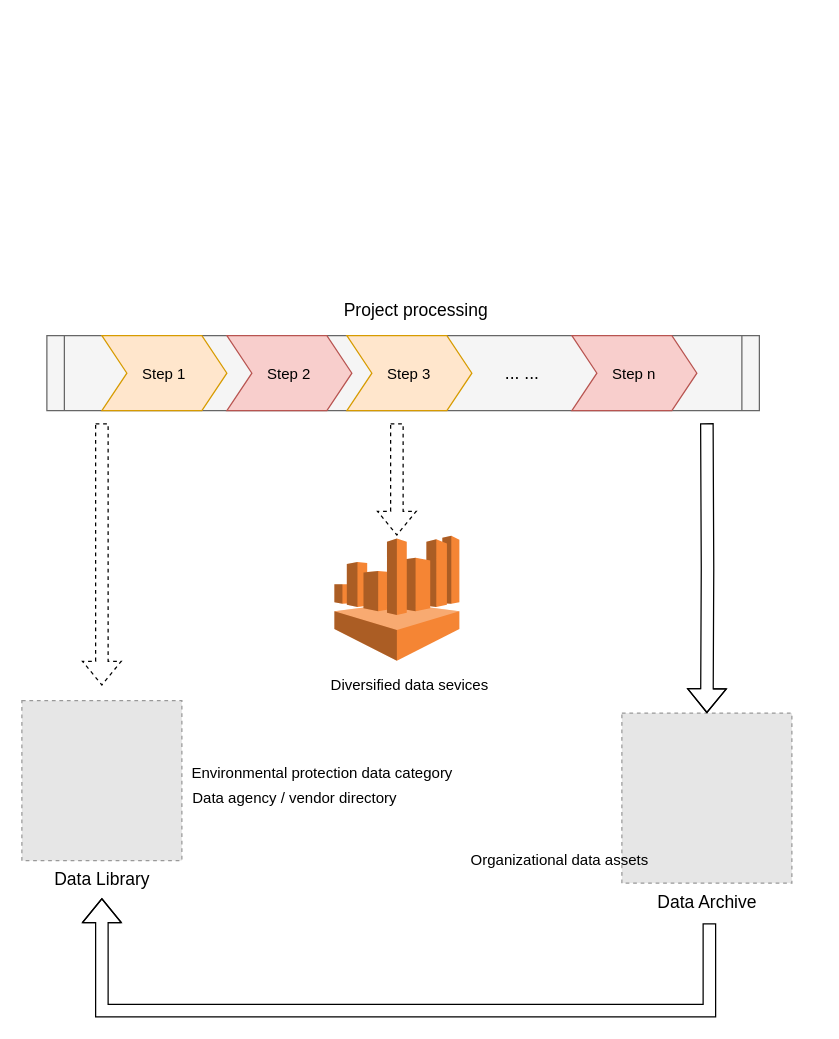
The draw.io diagram data life cycle track.drawio in ruibei/greenpeace_datahub, before the edit. Source tidied: cells renumbered, new cells numbered last; positions are measured from the earlier drawing's top-left corner, leaving out a move shared by most shapes. Both pictures are drawn from the tidied source at 125%, with x=0, y=0 at pixel (21, 298). Pictures stored in the file or linked from it are replaced by grey dashed boxes.
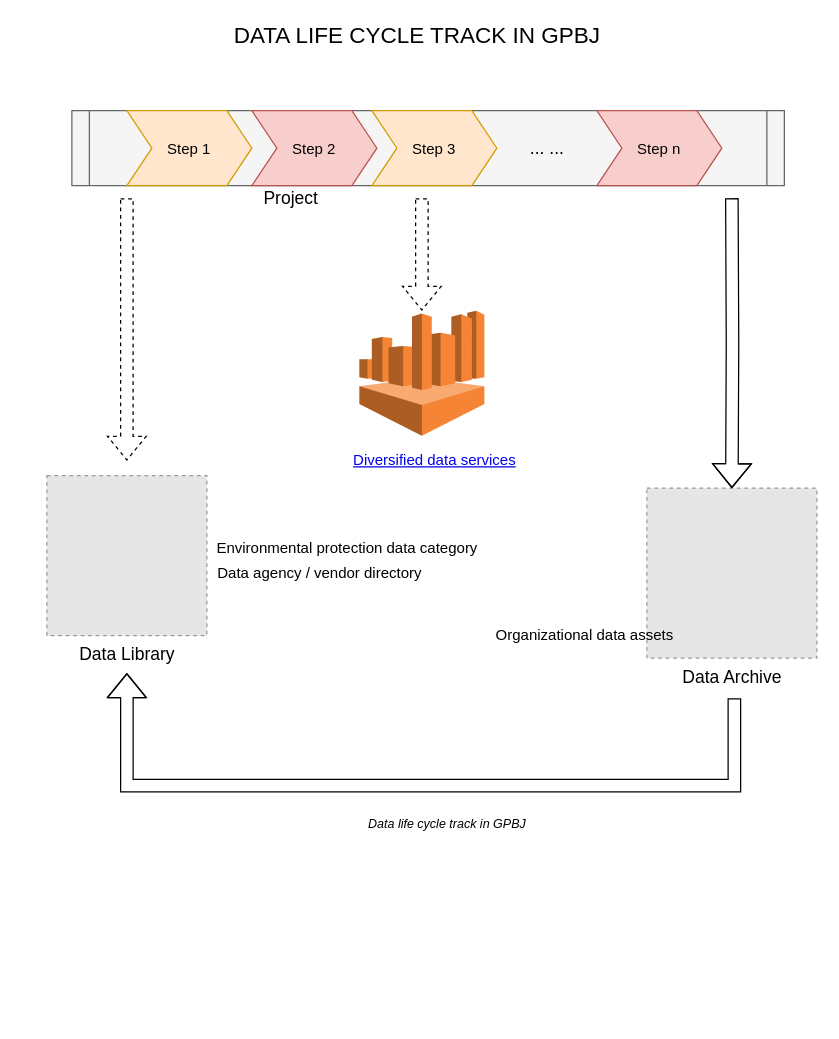
After the change.

What changed in the source:
```diff
@@
+    <mxCell id="21" value="&lt;font style=&quot;font-size: 18px&quot;&gt;DATA LIFE CYCLE TRACK IN GPBJ&lt;/font&gt;" style="text;html=1;align=center;verticalAlign=middle;strokeColor=none;" parent="1" vertex="1">
+      <mxGeometry x="161" y="-220" width="310" height="20" as="geometry" />
+    </mxCell>
+    <mxCell id="22" style="group;" parent="1" vertex="1">
+      <mxGeometry x="20" y="-150" width="616" height="580" as="geometry" />
+    </mxCell>
+    <mxCell id="23" value="&lt;font style=&quot;font-size: 10px&quot;&gt;&lt;i&gt;Data life cycle track in GPBJ&lt;/i&gt;&lt;/font&gt;" style="text;html=1;align=center;verticalAlign=middle;strokeColor=none;" parent="22" vertex="1">
+      <mxGeometry x="235" y="560" width="170" height="20" as="geometry" />
+    </mxCell>
-    <mxCell id="2" value="&lt;font style=&quot;font-size: 14px&quot;&gt;Data Library&lt;/font&gt;" style="fillColor=#E6E6E6;strokeColor=#999999;dashed=1;html=1;verticalAlign=top;verticalLabelPosition=bottom;labelBackgroundColor=#ffffff;" parent="1" vertex="1">
-      <mxGeometry y="322" width="128" height="128" as="geometry" />
+    <mxCell id="2" value="&lt;font style=&quot;font-size: 14px&quot;&gt;Data Library&lt;/font&gt;" style="fillColor=#E6E6E6;strokeColor=#999999;dashed=1;html=1;verticalAlign=top;verticalLabelPosition=bottom;labelBackgroundColor=#ffffff;" parent="22" vertex="1">
+      <mxGeometry y="292" width="128" height="128" as="geometry" />
     </mxCell>
-    <mxCell id="3" style="edgeStyle=orthogonalEdgeStyle;rounded=0;orthogonalLoop=1;jettySize=auto;html=1;shape=flexArrow;" parent="1" edge="1">
-      <mxGeometry relative="1" as="geometry">
-        <mxPoint x="550" y="500" as="sourcePoint" />
-        <mxPoint x="64" y="480" as="targetPoint" />
+    <mxCell id="3" style="edgeStyle=orthogonalEdgeStyle;rounded=0;orthogonalLoop=1;jettySize=auto;html=1;shape=flexArrow;" parent="22" edge="1">
+      <mxGeometry y="-30" as="geometry">
+        <mxPoint x="550" y="470" as="sourcePoint" />
+        <mxPoint x="64" y="450" as="targetPoint" />
         <Array as="points">
-          <mxPoint x="550" y="570" />
-          <mxPoint x="64" y="570" />
+          <mxPoint x="550" y="540" />
+          <mxPoint x="64" y="540" />
         </Array>
       </mxGeometry>
     </mxCell>
-    <mxCell id="4" value="&lt;font style=&quot;font-size: 14px&quot;&gt;Data Archive&lt;/font&gt;" style="fillColor=#E6E6E6;strokeColor=#999999;dashed=1;html=1;verticalAlign=top;verticalLabelPosition=bottom;labelBackgroundColor=#ffffff;" parent="1" vertex="1">
-      <mxGeometry x="480" y="332" width="136" height="136" as="geometry" />
+    <mxCell id="4" value="&lt;font style=&quot;font-size: 14px&quot;&gt;Data Archive&lt;/font&gt;" style="fillColor=#E6E6E6;strokeColor=#999999;dashed=1;html=1;verticalAlign=top;verticalLabelPosition=bottom;labelBackgroundColor=#ffffff;" parent="22" vertex="1">
+      <mxGeometry x="480" y="302" width="136" height="136" as="geometry" />
     </mxCell>
-    <mxCell id="5" value="Environmental protection data category" style="text;html=1;align=center;verticalAlign=middle;strokeColor=none;" parent="1" vertex="1">
-      <mxGeometry x="130" y="370" width="220" height="20" as="geometry" />
+    <mxCell id="5" value="Environmental protection data category" style="text;html=1;align=center;verticalAlign=middle;strokeColor=none;" parent="22" vertex="1">
+      <mxGeometry x="130" y="340" width="220" height="20" as="geometry" />
     </mxCell>
-    <mxCell id="6" value="Data agency / vendor directory" style="text;html=1;align=center;verticalAlign=middle;strokeColor=none;" parent="1" vertex="1">
-      <mxGeometry x="128" y="390" width="180" height="20" as="geometry" />
+    <mxCell id="6" value="Data agency / vendor directory" style="text;html=1;align=center;verticalAlign=middle;strokeColor=none;" parent="22" vertex="1">
+      <mxGeometry x="128" y="360" width="180" height="20" as="geometry" />
     </mxCell>
-    <mxCell id="7" value="Organizational&amp;nbsp;data assets" style="text;html=1;align=center;verticalAlign=middle;strokeColor=none;" parent="1" vertex="1">
-      <mxGeometry x="350" y="440" width="160" height="20" as="geometry" />
+    <mxCell id="7" value="Organizational&amp;nbsp;data assets" style="text;html=1;align=center;verticalAlign=middle;strokeColor=none;" parent="22" vertex="1">
+      <mxGeometry x="350" y="410" width="160" height="20" as="geometry" />
     </mxCell>
-    <mxCell id="8" style="dashed=0;verticalLabelPosition=bottom;verticalAlign=top;align=center;html=1;shape=mxgraph.aws3.athena;fillColor=#F58534;gradientColor=none;" parent="1" vertex="1">
-      <mxGeometry x="250" y="190" width="100" height="100" as="geometry" />
+    <mxCell id="8" style="dashed=0;verticalLabelPosition=bottom;verticalAlign=top;align=center;html=1;shape=mxgraph.aws3.athena;fillColor=#F58534;gradientColor=none;" parent="22" vertex="1">
+      <mxGeometry x="250" y="160" width="100" height="100" as="geometry" />
     </mxCell>
-    <mxCell id="9" style="group;" parent="1" vertex="1">
-      <mxGeometry x="20" y="30" width="570" height="90" as="geometry" />
+    <mxCell id="9" style="group;" parent="22" vertex="1">
+      <mxGeometry x="20" width="570" height="90" as="geometry" />
     </mxCell>
@@
+    <mxCell id="19" value="&lt;font style=&quot;font-size: 14px&quot;&gt;Project&lt;/font&gt;" style="text;html=1;align=center;verticalAlign=middle;strokeColor=none;" parent="9" vertex="1">
+      <mxGeometry x="145" y="60" width="60" height="20" as="geometry" />
+    </mxCell>
-    <mxCell id="16" style="edgeStyle=orthogonalEdgeStyle;shape=flexArrow;rounded=0;orthogonalLoop=1;jettySize=auto;html=1;dashed=1;" parent="1" edge="1">
-      <mxGeometry relative="1" as="geometry">
-        <mxPoint x="64" y="100" as="sourcePoint" />
-        <mxPoint x="64" y="310" as="targetPoint" />
+    <mxCell id="16" style="edgeStyle=orthogonalEdgeStyle;shape=flexArrow;rounded=0;orthogonalLoop=1;jettySize=auto;html=1;dashed=1;" parent="22" edge="1">
+      <mxGeometry y="-30" as="geometry">
+        <mxPoint x="64" y="70" as="sourcePoint" />
+        <mxPoint x="64" y="280" as="targetPoint" />
       </mxGeometry>
     </mxCell>
-    <mxCell id="17" style="edgeStyle=orthogonalEdgeStyle;shape=flexArrow;rounded=0;orthogonalLoop=1;jettySize=auto;html=1;dashed=1;" parent="1" edge="1">
-      <mxGeometry relative="1" as="geometry">
-        <mxPoint x="300" y="100" as="sourcePoint" />
-        <mxPoint x="300" y="190" as="targetPoint" />
+    <mxCell id="17" style="edgeStyle=orthogonalEdgeStyle;shape=flexArrow;rounded=0;orthogonalLoop=1;jettySize=auto;html=1;dashed=1;" parent="22" edge="1">
+      <mxGeometry y="-30" as="geometry">
+        <mxPoint x="300" y="70" as="sourcePoint" />
+        <mxPoint x="300" y="160" as="targetPoint" />
       </mxGeometry>
     </mxCell>
-    <mxCell id="18" style="edgeStyle=orthogonalEdgeStyle;shape=flexArrow;rounded=0;jettySize=auto;html=1;entryX=0.5;entryY=0;entryDx=0;entryDy=0;" parent="1" edge="1" target="4">
-      <mxGeometry relative="1" as="geometry">
-        <mxPoint x="548" y="100" as="sourcePoint" />
+    <mxCell id="18" style="edgeStyle=orthogonalEdgeStyle;shape=flexArrow;rounded=0;jettySize=auto;html=1;entryX=0.5;entryY=0;entryDx=0;entryDy=0;" parent="22" edge="1" target="4">
+      <mxGeometry y="-30" as="geometry">
+        <mxPoint x="548" y="70" as="sourcePoint" />
       </mxGeometry>
     </mxCell>
-    <mxCell id="19" value="&lt;font style=&quot;font-size: 14px&quot;&gt;Project processing&lt;/font&gt;" style="text;html=1;align=center;verticalAlign=middle;strokeColor=none;" parent="1" vertex="1">
-      <mxGeometry x="250" width="130" height="20" as="geometry" />
-    </mxCell>
-    <mxCell id="20" value="Diversified data sevices" style="text;html=1;align=center;verticalAlign=middle;strokeColor=none;" parent="1" vertex="1">
-      <mxGeometry x="240" y="300" width="140" height="20" as="geometry" />
+    <mxCell id="20" value="&lt;a href=&quot;https://docs.google.com/presentation/d/1YoFQUNnY-ttapzGn_OSeDuXybQVhfdfpJ-wl9cuHFGc/edit?usp=sharing&quot;&gt;Diversified data services&lt;/a&gt;" style="text;html=1;align=center;verticalAlign=middle;strokeColor=none;" parent="22" vertex="1">
+      <mxGeometry x="235" y="270" width="150" height="20" as="geometry" />
     </mxCell>
```
